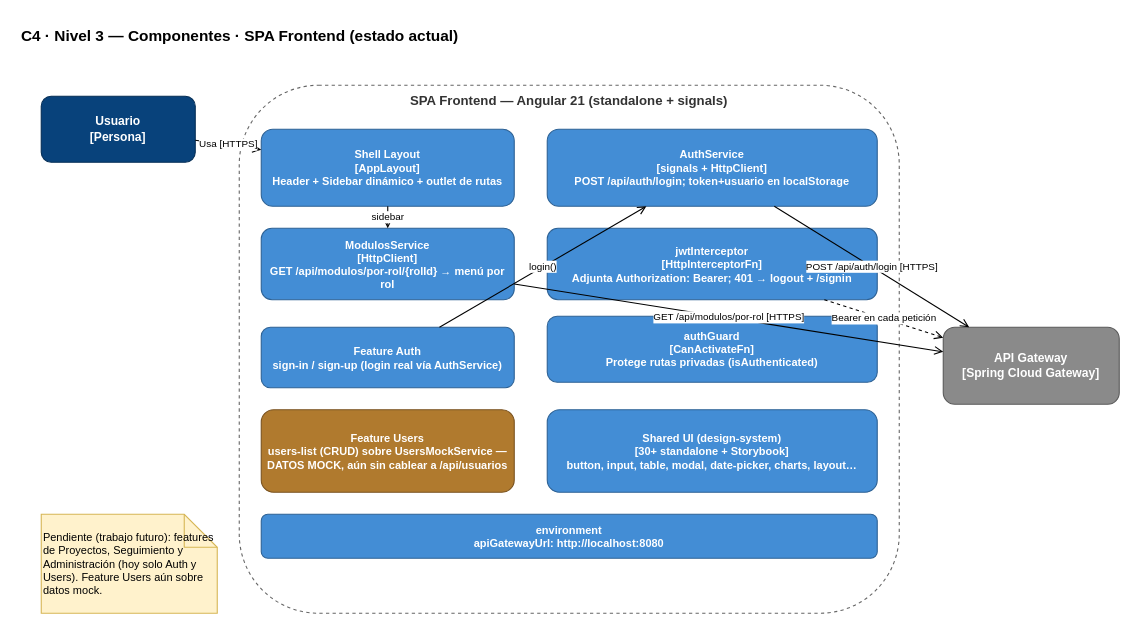
The draw.io diagram page "4. Comp · Frontend" (4 of 7) of Docs/C4_Model/SPSRT_C4.drawio in tfm-missi-2026/orquestacion, before the edit. Source tidied: cells renumbered, new cells numbered last; positions are measured from the earlier drawing's top-left corner, leaving out a move shared by most shapes. Both pictures are drawn from the tidied source at 110%, with x=0, y=0 at pixel (19, 19).
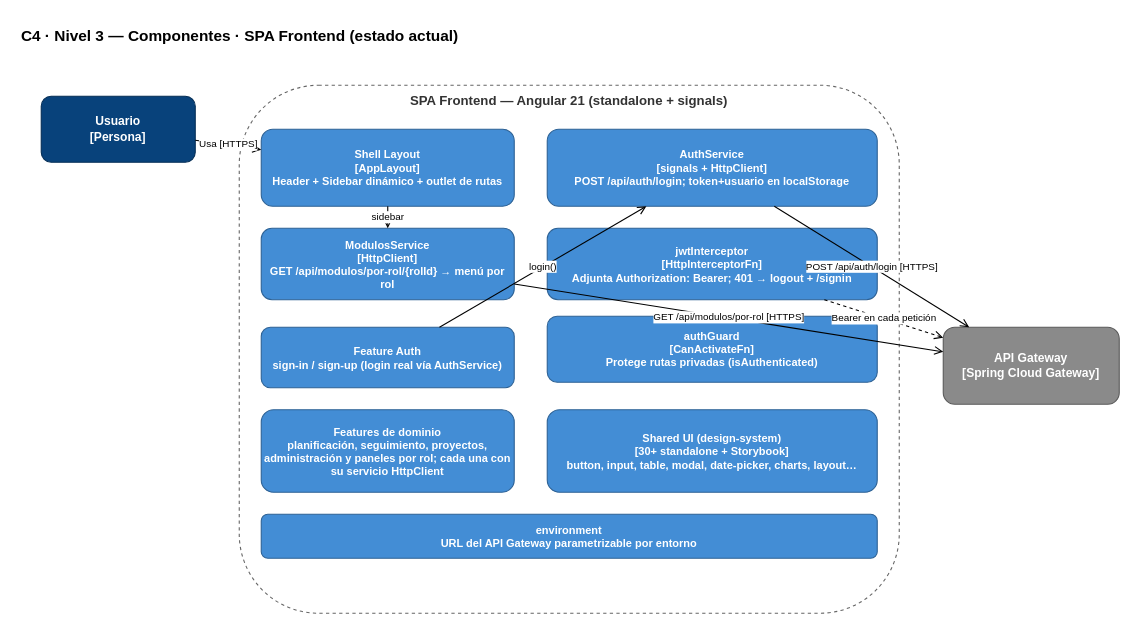
The same diagram, later.

Change to the diagram source:
```diff
@@
-    <mxCell id="12" value="Feature Users&lt;br&gt;users-list (CRUD) sobre UsersMockService — DATOS MOCK, aún sin cablear a /api/usuarios" style="rounded=1;whiteSpace=wrap;html=1;fillColor=#B07A2E;strokeColor=#7A5320;fontColor=#FFFFFF;fontStyle=1;fontSize=10;" parent="1" vertex="1">
+    <mxCell id="12" value="Features de dominio&lt;br&gt;planificación, seguimiento, proyectos, administración y paneles por rol; cada una con su servicio HttpClient" style="rounded=1;whiteSpace=wrap;html=1;fillColor=#438DD5;strokeColor=#2E6295;fontColor=#FFFFFF;fontStyle=1;fontSize=10;" parent="1" vertex="1">
       <mxGeometry x="220" y="355" width="230" height="75" as="geometry" />
     </mxCell>
@@
-    <mxCell id="14" value="environment&lt;br&gt;apiGatewayUrl: http://localhost:8080" style="rounded=1;whiteSpace=wrap;html=1;fillColor=#438DD5;strokeColor=#2E6295;fontColor=#FFFFFF;fontStyle=1;fontSize=10;" parent="1" vertex="1">
+    <mxCell id="14" value="environment&lt;br&gt;URL del API Gateway parametrizable por entorno" style="rounded=1;whiteSpace=wrap;html=1;fillColor=#438DD5;strokeColor=#2E6295;fontColor=#FFFFFF;fontStyle=1;fontSize=10;" parent="1" vertex="1">
       <mxGeometry x="220" y="450" width="560" height="40" as="geometry" />
     </mxCell>
-    <mxCell id="15" value="Pendiente (trabajo futuro): features de Proyectos, Seguimiento y Administración (hoy solo Auth y Users). Feature Users aún sobre datos mock." style="shape=note;whiteSpace=wrap;html=1;fillColor=#FFF2CC;strokeColor=#D6B656;fontSize=10;align=left;" parent="1" vertex="1">
-      <mxGeometry x="20" y="450" width="160" height="90" as="geometry" />
-    </mxCell>
```
